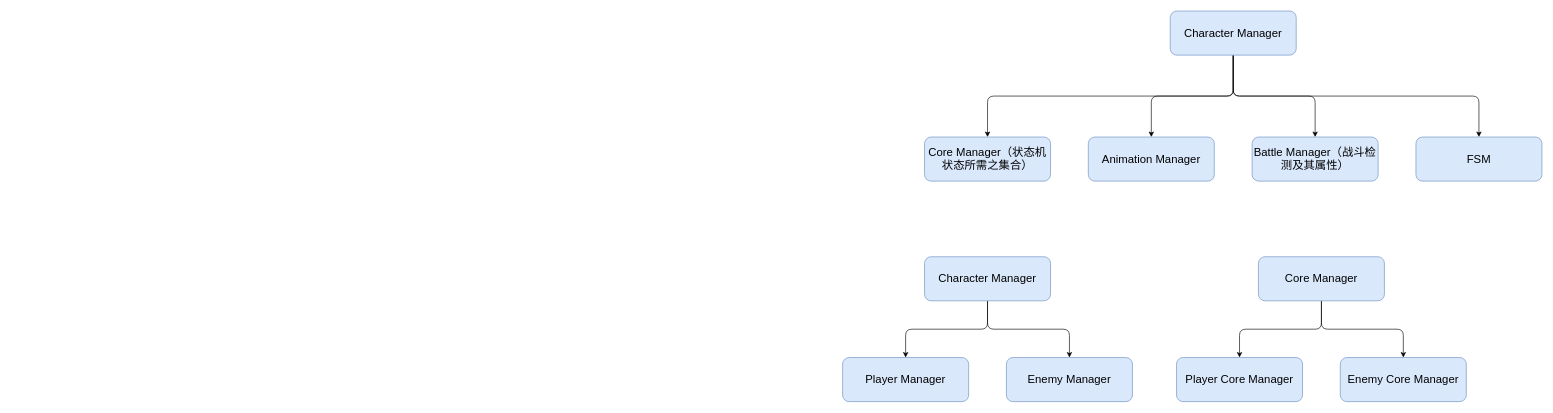
This is Readme/Script/Base Component Diagram/Character Component Structure.drawio from zsl2021533013/The-Letteror, a draw.io file, before an edit. Source tidied: cells renumbered, new cells numbered last; positions are measured from the earlier drawing's top-left corner, leaving out a move shared by most shapes. Both pictures are drawn from the tidied source at 63%, with x=0, y=0 at pixel (842, 11).
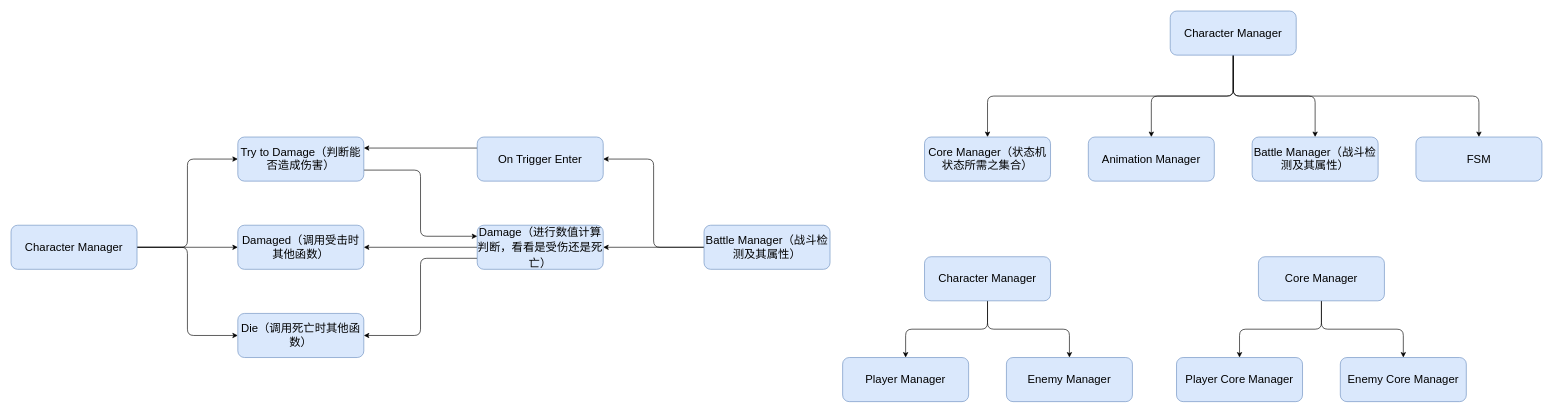
The same page after the edit.

Change to the diagram source:
```diff
@@
+    <mxCell id="21" style="edgeStyle=orthogonalEdgeStyle;rounded=1;jettySize=auto;html=1;exitX=1;exitY=0.5;exitDx=0;exitDy=0;entryX=0;entryY=0.5;entryDx=0;entryDy=0;" parent="1" edge="1" source="24" target="36">
+      <mxGeometry relative="1" as="geometry" />
+    </mxCell>
+    <mxCell id="22" style="edgeStyle=orthogonalEdgeStyle;rounded=1;jettySize=auto;html=1;exitX=1;exitY=0.5;exitDx=0;exitDy=0;entryX=0;entryY=0.5;entryDx=0;entryDy=0;" parent="1" edge="1" source="24" target="34">
+      <mxGeometry relative="1" as="geometry" />
+    </mxCell>
+    <mxCell id="23" style="edgeStyle=orthogonalEdgeStyle;rounded=1;jettySize=auto;html=1;exitX=1;exitY=0.5;exitDx=0;exitDy=0;entryX=0;entryY=0.5;entryDx=0;entryDy=0;" parent="1" edge="1" source="24" target="33">
+      <mxGeometry relative="1" as="geometry" />
+    </mxCell>
+    <mxCell id="24" value="&lt;span style=&quot;font-size: 18px;&quot;&gt;Character Manager&lt;/span&gt;" style="rounded=1;whiteSpace=wrap;html=1;fillColor=#dae8fc;strokeColor=#6c8ebf;" parent="1" vertex="1">
+      <mxGeometry x="-1320" y="340" width="200" height="70" as="geometry" />
+    </mxCell>
+    <mxCell id="25" style="edgeStyle=orthogonalEdgeStyle;rounded=1;jettySize=auto;html=1;exitX=0;exitY=0.5;exitDx=0;exitDy=0;entryX=1;entryY=0.5;entryDx=0;entryDy=0;" parent="1" edge="1" source="27" target="32">
+      <mxGeometry relative="1" as="geometry" />
+    </mxCell>
+    <mxCell id="26" style="edgeStyle=orthogonalEdgeStyle;rounded=1;jettySize=auto;html=1;exitX=0;exitY=0.5;exitDx=0;exitDy=0;entryX=1;entryY=0.5;entryDx=0;entryDy=0;" parent="1" edge="1" source="27" target="30">
+      <mxGeometry relative="1" as="geometry" />
+    </mxCell>
+    <mxCell id="27" value="&lt;span style=&quot;font-size: 18px;&quot;&gt;Battle Manager（战斗检测及其属性）&lt;/span&gt;" style="rounded=1;whiteSpace=wrap;html=1;fillColor=#dae8fc;strokeColor=#6c8ebf;" parent="1" vertex="1">
+      <mxGeometry x="-220" y="340" width="200" height="70" as="geometry" />
+    </mxCell>
+    <mxCell id="28" style="edgeStyle=orthogonalEdgeStyle;rounded=1;jettySize=auto;html=1;exitX=0;exitY=0.5;exitDx=0;exitDy=0;entryX=1;entryY=0.5;entryDx=0;entryDy=0;fontSize=18;" parent="1" edge="1" source="30" target="34">
+      <mxGeometry relative="1" as="geometry" />
+    </mxCell>
+    <mxCell id="29" style="edgeStyle=orthogonalEdgeStyle;rounded=1;jettySize=auto;html=1;exitX=0;exitY=0.75;exitDx=0;exitDy=0;entryX=1;entryY=0.5;entryDx=0;entryDy=0;fontSize=18;" parent="1" edge="1" source="30" target="33">
+      <mxGeometry relative="1" as="geometry" />
+    </mxCell>
+    <mxCell id="30" value="&lt;font style=&quot;font-size: 18px;&quot;&gt;Damage（进行数值计算判断，看看是受伤还是死亡）&lt;/font&gt;" style="rounded=1;whiteSpace=wrap;html=1;fillColor=#dae8fc;strokeColor=#6c8ebf;fontSize=20;" parent="1" vertex="1">
+      <mxGeometry x="-580" y="340" width="200" height="70" as="geometry" />
+    </mxCell>
+    <mxCell id="31" style="edgeStyle=orthogonalEdgeStyle;rounded=1;jettySize=auto;html=1;exitX=0;exitY=0.25;exitDx=0;exitDy=0;entryX=1;entryY=0.25;entryDx=0;entryDy=0;" parent="1" edge="1" source="32" target="36">
+      <mxGeometry relative="1" as="geometry" />
+    </mxCell>
+    <mxCell id="32" value="&lt;span style=&quot;font-size: 18px;&quot;&gt;On Trigger Enter&lt;br&gt;&lt;/span&gt;" style="rounded=1;whiteSpace=wrap;html=1;fillColor=#dae8fc;strokeColor=#6c8ebf;" parent="1" vertex="1">
+      <mxGeometry x="-580" y="200" width="200" height="70" as="geometry" />
+    </mxCell>
+    <mxCell id="33" value="&lt;span style=&quot;font-size: 18px;&quot;&gt;Die（调用死亡时其他函数）&lt;/span&gt;" style="rounded=1;whiteSpace=wrap;html=1;fillColor=#dae8fc;strokeColor=#6c8ebf;" parent="1" vertex="1">
+      <mxGeometry x="-960" y="480" width="200" height="70" as="geometry" />
+    </mxCell>
+    <mxCell id="34" value="&lt;span style=&quot;font-size: 18px;&quot;&gt;Damaged（调用受击时其他函数）&lt;/span&gt;" style="rounded=1;whiteSpace=wrap;html=1;fillColor=#dae8fc;strokeColor=#6c8ebf;" parent="1" vertex="1">
+      <mxGeometry x="-960" y="340" width="200" height="70" as="geometry" />
+    </mxCell>
+    <mxCell id="35" style="edgeStyle=orthogonalEdgeStyle;rounded=1;jettySize=auto;html=1;exitX=1;exitY=0.75;exitDx=0;exitDy=0;entryX=0;entryY=0.25;entryDx=0;entryDy=0;fontSize=18;" parent="1" edge="1" source="36" target="30">
+      <mxGeometry relative="1" as="geometry" />
+    </mxCell>
+    <mxCell id="36" value="&lt;span style=&quot;font-size: 18px;&quot;&gt;Try to Damage（判断能否造成伤害）&lt;/span&gt;" style="rounded=1;whiteSpace=wrap;html=1;fillColor=#dae8fc;strokeColor=#6c8ebf;" parent="1" vertex="1">
+      <mxGeometry x="-960" y="200" width="200" height="70" as="geometry" />
+    </mxCell>
```
